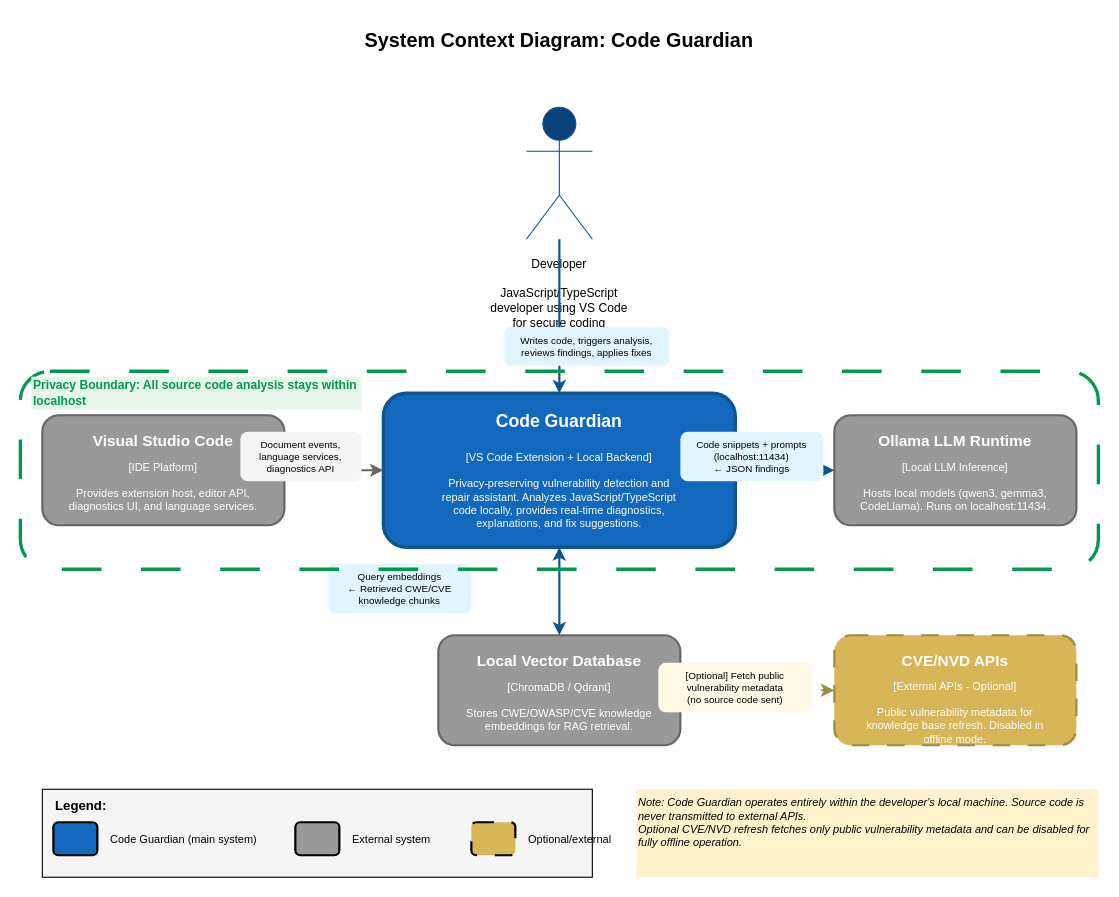
This is code-guardian-thesis-report/images/c4_context.drawio from mdhafizur/tuc-master-thesis, a draw.io file, before an edit. Source tidied: cells renumbered, new cells numbered last; positions are measured from the earlier drawing's top-left corner, leaving out a move shared by most shapes. Both pictures are drawn from the tidied source at 110%, with x=0, y=0 at pixel (20, 19).
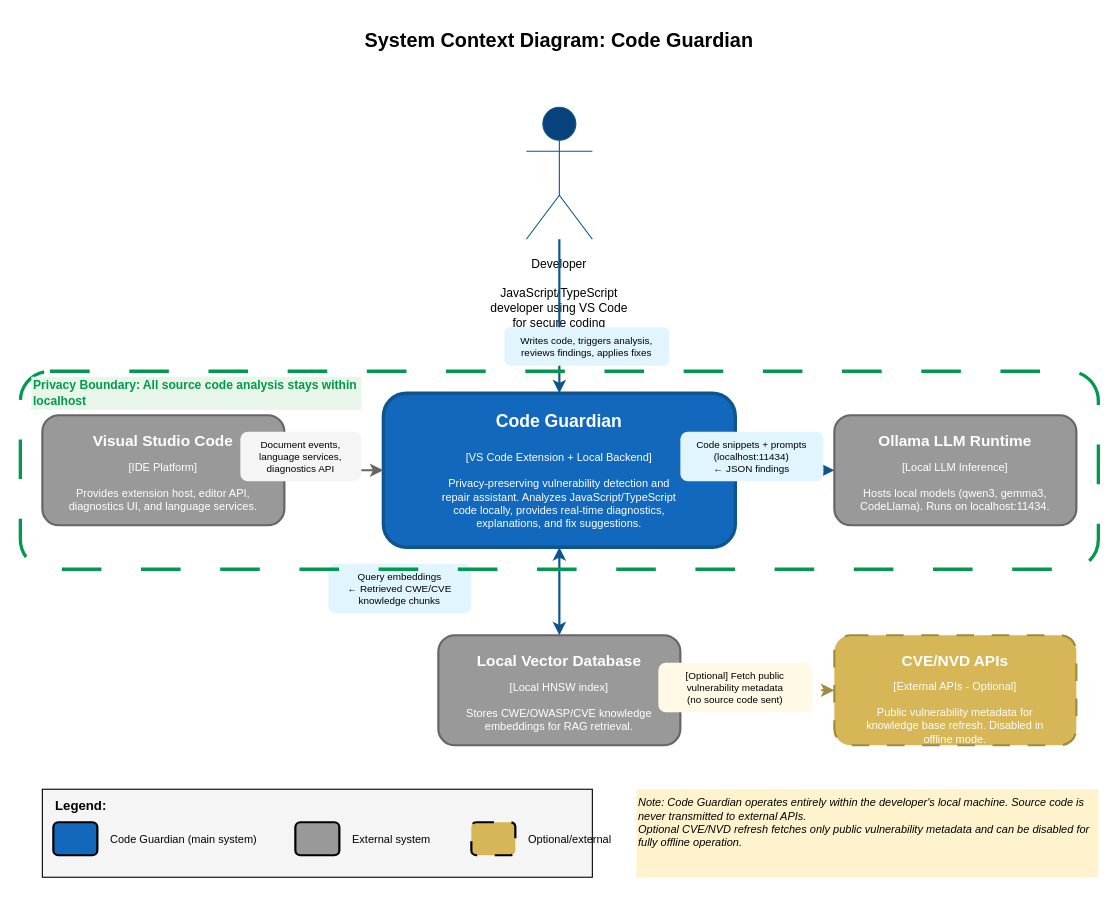
After the change.

The edit, as a diff of the source:
```diff
@@
-    <mxCell id="16" value="[ChromaDB / Qdrant]&#10;&#10;Stores CWE/OWASP/CVE knowledge&#10;embeddings for RAG retrieval." style="text;html=1;strokeColor=none;fillColor=none;align=center;verticalAlign=middle;whiteSpace=wrap;fontSize=10;fontColor=#FFFFFF;" parent="1" vertex="1">
+    <mxCell id="16" value="[Local HNSW index]&#10;&#10;Stores CWE/OWASP/CVE knowledge&#10;embeddings for RAG retrieval." style="text;html=1;strokeColor=none;fillColor=none;align=center;verticalAlign=middle;whiteSpace=wrap;fontSize=10;fontColor=#FFFFFF;" parent="1" vertex="1">
       <mxGeometry x="390" y="600" width="200" height="50" as="geometry" />
     </mxCell>
```
